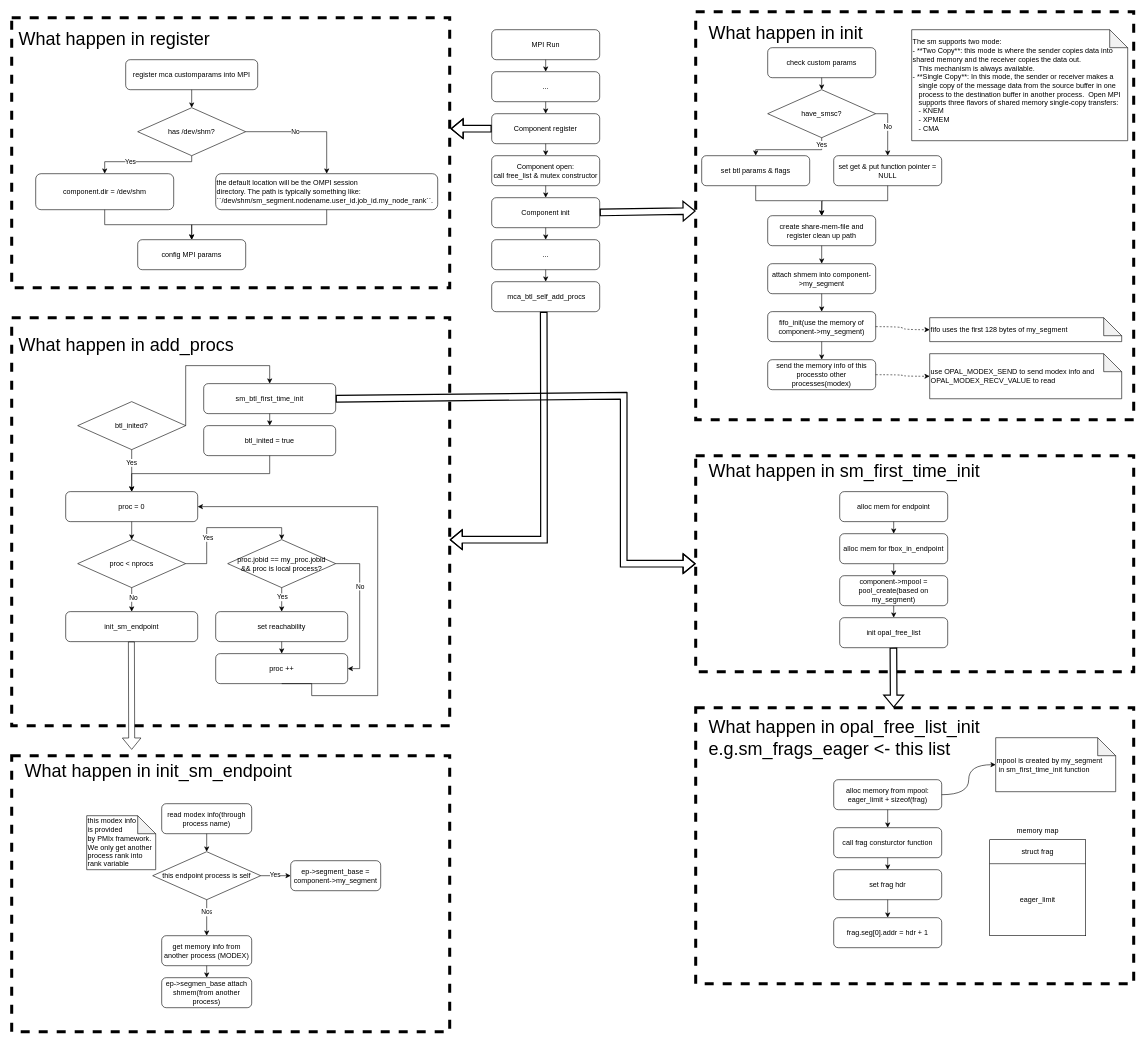
The draw.io diagram ompi/sm-component-flow.drawio in Troyself/img-design-draw-io, before the edit. Source tidied: cells renumbered, new cells numbered last; positions are measured from the earlier drawing's top-left corner, leaving out a move shared by most shapes. Both pictures are drawn from the tidied source at 60%, with x=0, y=0 at pixel (11, 11).
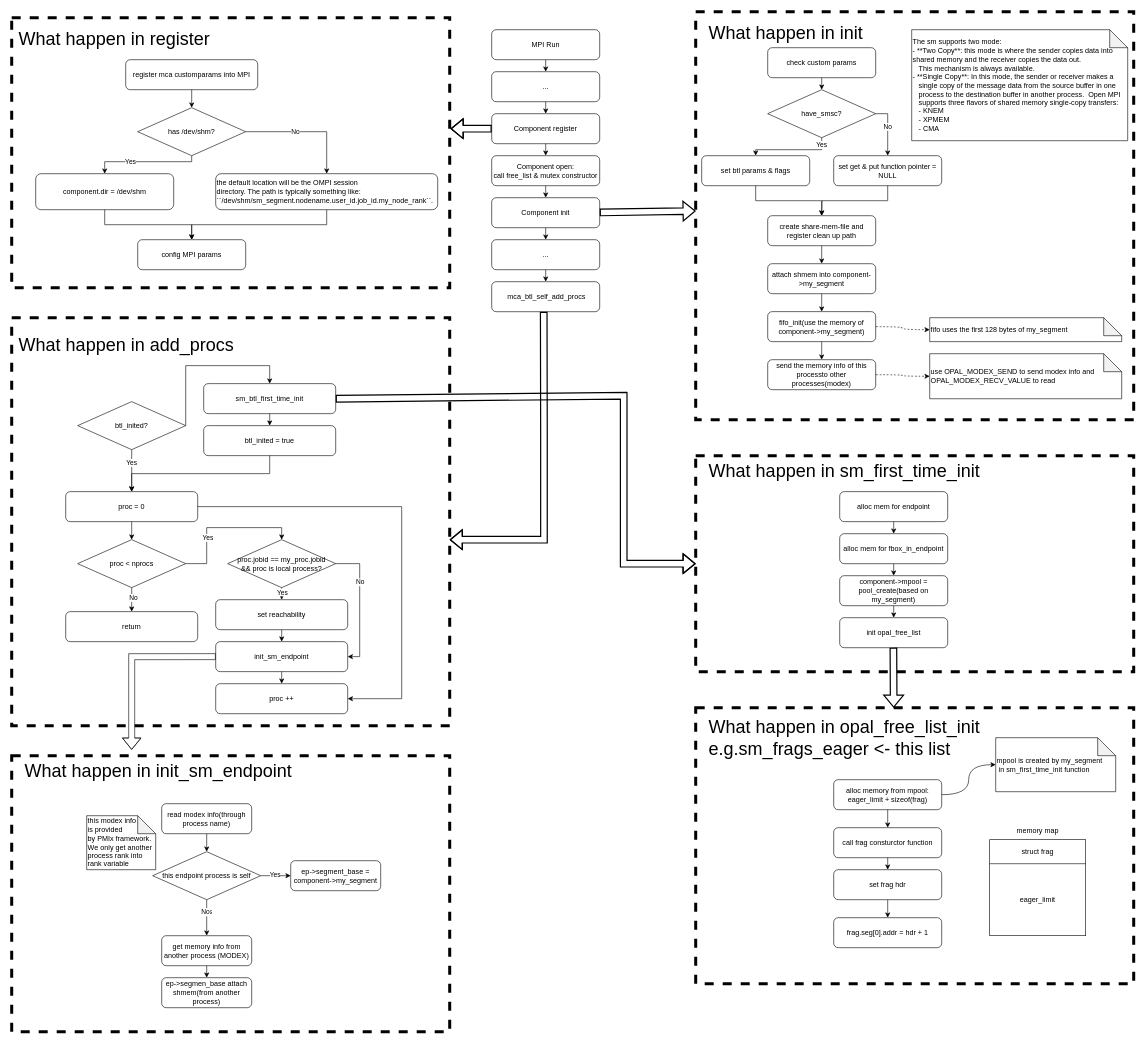
After the change.

The change refers to these unchanged cells:
```xml
<mxCell id="33" value="proc = 0" style="rounded=1;whiteSpace=wrap;html=1;fillColor=none;" parent="1" vertex="1">
  <mxGeometry x="90" y="799.9" width="220" height="50" as="geometry" />
</mxCell>
```

Diff of the diagram source:
```diff
@@
+    <mxCell id="128" style="edgeStyle=orthogonalEdgeStyle;rounded=0;jettySize=auto;html=1;exitX=1;exitY=0.5;exitDx=0;exitDy=0;entryX=1;entryY=0.5;entryDx=0;entryDy=0;" parent="1" edge="1" source="33" target="130">
+      <mxGeometry relative="1" as="geometry">
+        <Array as="points">
+          <mxPoint x="650" y="825" />
+          <mxPoint x="650" y="1145" />
+        </Array>
+      </mxGeometry>
+    </mxCell>
@@
-    <mxCell id="45" value="init_sm_endpoint" style="rounded=1;whiteSpace=wrap;html=1;fillColor=none;" parent="1" vertex="1">
+    <mxCell id="45" value="return" style="rounded=1;whiteSpace=wrap;html=1;fillColor=none;" parent="1" vertex="1">
       <mxGeometry x="90" y="999.9" width="220" height="50" as="geometry" />
     </mxCell>
@@
     <mxCell id="47" value="set reachability" style="rounded=1;whiteSpace=wrap;html=1;fillColor=none;" parent="1" vertex="1">
-      <mxGeometry x="340" y="999.9" width="220" height="50" as="geometry" />
+      <mxGeometry x="340" y="980" width="220" height="50" as="geometry" />
     </mxCell>
-    <mxCell id="48" style="edgeStyle=orthogonalEdgeStyle;rounded=0;jettySize=auto;html=1;exitX=0.5;exitY=1;exitDx=0;exitDy=0;entryX=1;entryY=0.5;entryDx=0;entryDy=0;" parent="1" edge="1" source="49" target="33">
-      <mxGeometry relative="1" as="geometry">
-        <Array as="points">
-          <mxPoint x="500" y="1119.9" />
-          <mxPoint x="500" y="1139.9" />
-          <mxPoint x="610" y="1139.9" />
-          <mxPoint x="610" y="824.9" />
-        </Array>
-      </mxGeometry>
-    </mxCell>
+    <mxCell id="129" style="edgeStyle=orthogonalEdgeStyle;rounded=0;jettySize=auto;html=1;exitX=0.5;exitY=1;exitDx=0;exitDy=0;entryX=0.5;entryY=0;entryDx=0;entryDy=0;" parent="1" edge="1" source="49" target="130">
+      <mxGeometry relative="1" as="geometry" />
+    </mxCell>
-    <mxCell id="49" value="proc ++" style="rounded=1;whiteSpace=wrap;html=1;fillColor=none;" parent="1" vertex="1">
-      <mxGeometry x="340" y="1069.9" width="220" height="50" as="geometry" />
+    <mxCell id="49" value="init_sm_endpoint" style="rounded=1;whiteSpace=wrap;html=1;fillColor=none;" parent="1" vertex="1">
+      <mxGeometry x="340" y="1049.9" width="220" height="50" as="geometry" />
     </mxCell>
@@
-    <mxCell id="86" style="shape=flexArrow;endArrow=classic;html=1;rounded=0;" parent="1" edge="1">
+    <mxCell id="86" style="shape=flexArrow;endArrow=classic;html=1;rounded=0;exitX=0;exitY=0.5;exitDx=0;exitDy=0;" parent="1" edge="1" source="49">
       <mxGeometry relative="1" as="geometry">
-        <mxPoint x="199.5" y="1049.9" as="sourcePoint" />
         <mxPoint x="200" y="1230" as="targetPoint" />
+        <Array as="points">
+          <mxPoint x="200" y="1075" />
+        </Array>
       </mxGeometry>
     </mxCell>
@@
+    <mxCell id="130" value="proc ++" style="rounded=1;whiteSpace=wrap;html=1;fillColor=none;" parent="1" vertex="1">
+      <mxGeometry x="340" y="1120" width="220" height="50" as="geometry" />
+    </mxCell>
```
